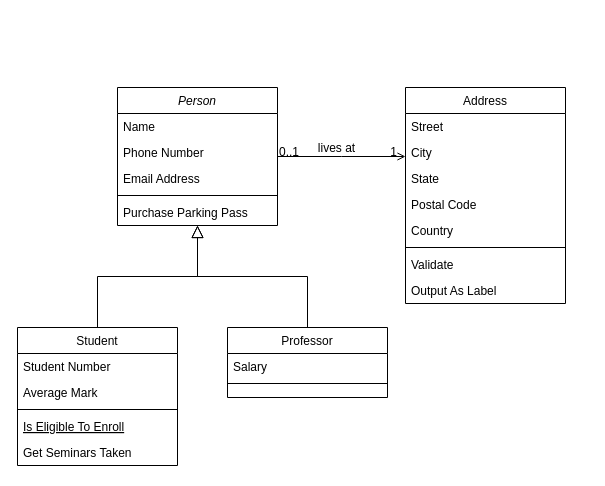
The draw.io diagram Untitled Diagram.drawio in cjinle/mynote, before the edit. Source tidied: cells renumbered, new cells numbered last; positions are measured from the earlier drawing's top-left corner, leaving out a move shared by most shapes. Both pictures are drawn from the tidied source at 100%, with x=0, y=0 at pixel (17, 87).
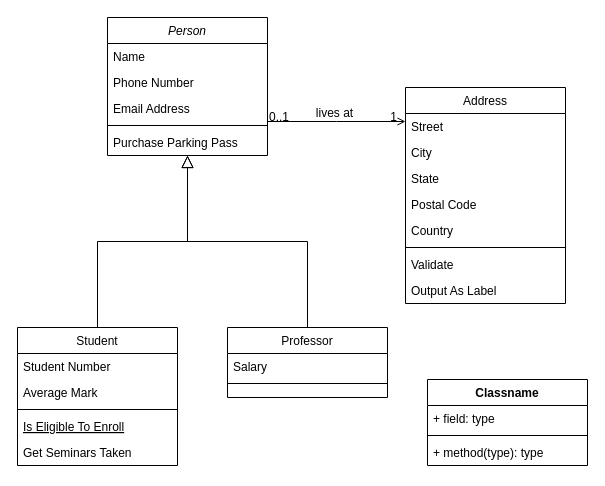
The same page after the edit.

What changed in the source:
```diff
@@
     <mxCell id="2" value="Person" style="swimlane;fontStyle=2;align=center;verticalAlign=top;horizontal=1;startSize=26;rounded=0;shadow=0;strokeWidth=1;" parent="1" vertex="1">
-      <mxGeometry x="100" width="160" height="138" as="geometry" />
+      <mxGeometry x="90" y="-70" width="160" height="138" as="geometry" />
     </mxCell>
@@
+    <mxCell id="32" value="Classname" style="swimlane;fontStyle=1;align=center;verticalAlign=top;horizontal=1;startSize=26;" parent="1" vertex="1">
+      <mxGeometry x="410" y="292" width="160" height="86" as="geometry" />
+    </mxCell>
+    <mxCell id="33" value="+ field: type" style="text;strokeColor=none;fillColor=none;align=left;verticalAlign=top;spacingLeft=4;spacingRight=4;overflow=hidden;" parent="32" vertex="1">
+      <mxGeometry y="26" width="160" height="26" as="geometry" />
+    </mxCell>
+    <mxCell id="34" style="line;strokeWidth=1;fillColor=none;align=left;verticalAlign=middle;spacingTop=-1;spacingLeft=3;spacingRight=3;labelPosition=right;" parent="32" vertex="1">
+      <mxGeometry y="52" width="160" height="8" as="geometry" />
+    </mxCell>
+    <mxCell id="35" value="+ method(type): type" style="text;strokeColor=none;fillColor=none;align=left;verticalAlign=top;spacingLeft=4;spacingRight=4;overflow=hidden;" parent="32" vertex="1">
+      <mxGeometry y="60" width="160" height="26" as="geometry" />
+    </mxCell>
```
